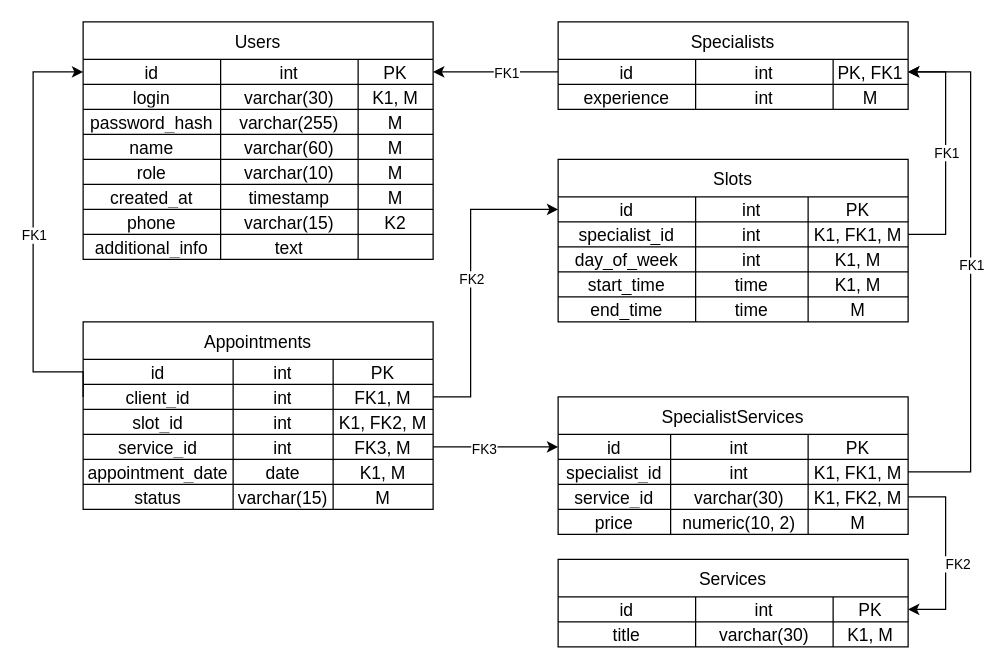
Before: assignments/database/massage_salon.drawio in gr33n-m1ner/system-engineering, a draw.io diagram. Source tidied: cells renumbered, new cells numbered last; positions are measured from the earlier drawing's top-left corner, leaving out a move shared by most shapes. Both pictures are drawn from the tidied source at 125%, with x=0, y=0 at pixel (32, 21).
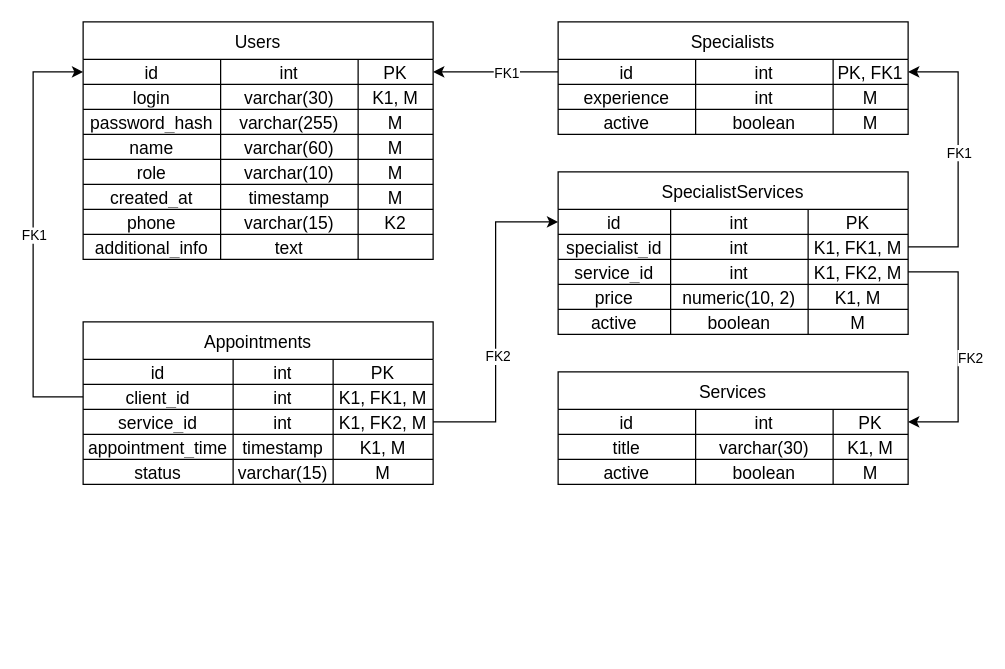
After the change.

Unchanged cells that the change refers to:
```xml
<mxCell id="4" value="&lt;font&gt;id&lt;/font&gt;" style="shape=partialRectangle;html=1;whiteSpace=wrap;overflow=hidden;fillColor=none;top=0;left=0;bottom=0;right=0;fontSize=14;labelBackgroundColor=none;" parent="3" vertex="1">
  <mxGeometry width="110" height="20" as="geometry" />
</mxCell>
<mxCell id="41" value="PK" style="shape=partialRectangle;html=1;whiteSpace=wrap;overflow=hidden;fillColor=none;top=0;left=0;bottom=0;right=0;fontSize=14;labelBackgroundColor=none;" parent="38" vertex="1">
  <mxGeometry x="220" width="60" height="20" as="geometry" />
</mxCell>
<mxCell id="72" style="shape=tableRow;horizontal=0;startSize=0;swimlaneHead=0;swimlaneBody=0;top=0;left=0;bottom=0;right=0;fillColor=none;fontSize=14;labelBackgroundColor=none;" parent="67" vertex="1">
  <mxGeometry y="50" width="280" height="20" as="geometry" />
</mxCell>
<mxCell id="73" value="client_id" style="shape=partialRectangle;html=1;whiteSpace=wrap;overflow=hidden;fillColor=none;top=0;left=0;bottom=0;right=0;fontSize=14;labelBackgroundColor=none;" parent="72" vertex="1">
  <mxGeometry width="120" height="20" as="geometry" />
</mxCell>
<mxCell id="96" value="PK, FK1" style="shape=partialRectangle;html=1;whiteSpace=wrap;overflow=hidden;fillColor=none;top=0;left=0;bottom=0;right=0;fontSize=14;labelBackgroundColor=none;" parent="93" vertex="1">
  <mxGeometry x="220" width="60" height="20" as="geometry" />
</mxCell>
<mxCell id="115" value="K1, FK1, M" style="shape=partialRectangle;html=1;whiteSpace=wrap;overflow=hidden;fillColor=none;top=0;left=0;bottom=0;right=0;fontSize=14;labelBackgroundColor=none;" parent="112" vertex="1">
  <mxGeometry x="200" width="80" height="20" as="geometry" />
</mxCell>
<mxCell id="116" style="shape=tableRow;horizontal=0;startSize=0;swimlaneHead=0;swimlaneBody=0;top=0;left=0;bottom=0;right=0;fillColor=none;fontSize=14;labelBackgroundColor=none;" parent="107" vertex="1">
  <mxGeometry y="70" width="280" height="20" as="geometry" />
</mxCell>
<mxCell id="119" value="K1, FK2, M" style="shape=partialRectangle;html=1;whiteSpace=wrap;overflow=hidden;fillColor=none;top=0;left=0;bottom=0;right=0;fontSize=14;labelBackgroundColor=none;" parent="116" vertex="1">
  <mxGeometry x="200" width="80" height="20" as="geometry" />
</mxCell>
<mxCell id="120" style="shape=tableRow;horizontal=0;startSize=0;swimlaneHead=0;swimlaneBody=0;top=0;left=0;bottom=0;right=0;fillColor=none;fontSize=14;labelBackgroundColor=none;" parent="107" vertex="1">
  <mxGeometry y="90" width="280" height="20" as="geometry" />
</mxCell>
<mxCell id="128" style="edgeStyle=orthogonalEdgeStyle;rounded=0;jettySize=auto;html=1;entryX=0;entryY=0.5;entryDx=0;entryDy=0;" parent="1" edge="1" source="83" target="109">
  <mxGeometry relative="1" as="geometry" />
</mxCell>
```

What changed in the source:
```diff
@@
     <mxCell id="35" style="edgeStyle=orthogonalEdgeStyle;rounded=0;jettySize=auto;html=1;entryX=1;entryY=0.5;entryDx=0;entryDy=0;exitX=1;exitY=0.5;exitDx=0;exitDy=0;endArrow=none;endFill=0;startArrow=classic;startFill=1;" parent="1" edge="1" source="41" target="119">
       <mxGeometry relative="1" as="geometry">
         <Array as="points">
-          <mxPoint x="730" y="470" />
-          <mxPoint x="730" y="380" />
+          <mxPoint x="740" y="320" />
+          <mxPoint x="740" y="200" />
         </Array>
       </mxGeometry>
     </mxCell>
@@
     <mxCell id="37" value="Services" style="shape=table;startSize=30;childLayout=tableLayout;fontSize=14;labelBackgroundColor=none;" parent="1" vertex="1">
-      <mxGeometry x="420" y="430" width="280" height="70" as="geometry" />
+      <mxGeometry x="420" y="280" width="280" height="90" as="geometry" />
     </mxCell>
@@
-    <mxCell id="46" value="Slots" style="shape=table;startSize=30;childLayout=tableLayout;fontSize=14;labelBackgroundColor=none;" parent="1" vertex="1">
-      <mxGeometry x="420" y="110" width="280" height="130" as="geometry" />
-    </mxCell>
-    <mxCell id="47" style="shape=tableRow;horizontal=0;startSize=0;swimlaneHead=0;swimlaneBody=0;top=0;left=0;bottom=0;right=0;fillColor=none;fontSize=14;labelBackgroundColor=none;" parent="46" vertex="1">
-      <mxGeometry y="30" width="280" height="20" as="geometry" />
-    </mxCell>
-    <mxCell id="48" value="&lt;font&gt;id&lt;/font&gt;" style="shape=partialRectangle;html=1;whiteSpace=wrap;overflow=hidden;fillColor=none;top=0;left=0;bottom=0;right=0;fontSize=14;labelBackgroundColor=none;" parent="47" vertex="1">
-      <mxGeometry width="110" height="20" as="geometry" />
-    </mxCell>
-    <mxCell id="49" value="&lt;span&gt;int&lt;/span&gt;" style="shape=partialRectangle;html=1;whiteSpace=wrap;overflow=hidden;fillColor=none;top=0;left=0;bottom=0;right=0;fontSize=14;labelBackgroundColor=none;" parent="47" vertex="1">
-      <mxGeometry x="110" width="90" height="20" as="geometry" />
-    </mxCell>
-    <mxCell id="50" value="PK" style="shape=partialRectangle;html=1;whiteSpace=wrap;overflow=hidden;fillColor=none;top=0;left=0;bottom=0;right=0;fontSize=14;labelBackgroundColor=none;" parent="47" vertex="1">
-      <mxGeometry x="200" width="80" height="20" as="geometry" />
-    </mxCell>
-    <mxCell id="51" style="shape=tableRow;horizontal=0;startSize=0;swimlaneHead=0;swimlaneBody=0;top=0;left=0;bottom=0;right=0;fillColor=none;fontSize=14;labelBackgroundColor=none;" parent="46" vertex="1">
-      <mxGeometry y="50" width="280" height="20" as="geometry" />
-    </mxCell>
-    <mxCell id="52" value="specialist_id" style="shape=partialRectangle;html=1;whiteSpace=wrap;overflow=hidden;fillColor=none;top=0;left=0;bottom=0;right=0;fontSize=14;labelBackgroundColor=none;" parent="51" vertex="1">
-      <mxGeometry width="110" height="20" as="geometry" />
-    </mxCell>
-    <mxCell id="53" value="int" style="shape=partialRectangle;html=1;whiteSpace=wrap;overflow=hidden;fillColor=none;top=0;left=0;bottom=0;right=0;fontSize=14;labelBackgroundColor=none;" parent="51" vertex="1">
-      <mxGeometry x="110" width="90" height="20" as="geometry" />
-    </mxCell>
-    <mxCell id="54" value="K1, FK1, M" style="shape=partialRectangle;html=1;whiteSpace=wrap;overflow=hidden;fillColor=none;top=0;left=0;bottom=0;right=0;fontSize=14;labelBackgroundColor=none;" parent="51" vertex="1">
-      <mxGeometry x="200" width="80" height="20" as="geometry" />
-    </mxCell>
-    <mxCell id="55" style="shape=tableRow;horizontal=0;startSize=0;swimlaneHead=0;swimlaneBody=0;top=0;left=0;bottom=0;right=0;fillColor=none;fontSize=14;labelBackgroundColor=none;" parent="46" vertex="1">
-      <mxGeometry y="70" width="280" height="20" as="geometry" />
-    </mxCell>
-    <mxCell id="56" value="day_of_week" style="shape=partialRectangle;html=1;whiteSpace=wrap;overflow=hidden;fillColor=none;top=0;left=0;bottom=0;right=0;fontSize=14;labelBackgroundColor=none;" parent="55" vertex="1">
-      <mxGeometry width="110" height="20" as="geometry" />
-    </mxCell>
-    <mxCell id="57" value="int" style="shape=partialRectangle;html=1;whiteSpace=wrap;overflow=hidden;fillColor=none;top=0;left=0;bottom=0;right=0;fontSize=14;labelBackgroundColor=none;" parent="55" vertex="1">
-      <mxGeometry x="110" width="90" height="20" as="geometry" />
-    </mxCell>
-    <mxCell id="58" value="K1, M" style="shape=partialRectangle;html=1;whiteSpace=wrap;overflow=hidden;fillColor=none;top=0;left=0;bottom=0;right=0;fontSize=14;labelBackgroundColor=none;" parent="55" vertex="1">
-      <mxGeometry x="200" width="80" height="20" as="geometry" />
-    </mxCell>
-    <mxCell id="59" style="shape=tableRow;horizontal=0;startSize=0;swimlaneHead=0;swimlaneBody=0;top=0;left=0;bottom=0;right=0;fillColor=none;fontSize=14;labelBackgroundColor=none;" parent="46" vertex="1">
-      <mxGeometry y="90" width="280" height="20" as="geometry" />
-    </mxCell>
-    <mxCell id="60" value="start_time" style="shape=partialRectangle;html=1;whiteSpace=wrap;overflow=hidden;fillColor=none;top=0;left=0;bottom=0;right=0;fontSize=14;labelBackgroundColor=none;" parent="59" vertex="1">
-      <mxGeometry width="110" height="20" as="geometry" />
-    </mxCell>
-    <mxCell id="61" value="time" style="shape=partialRectangle;html=1;whiteSpace=wrap;overflow=hidden;fillColor=none;top=0;left=0;bottom=0;right=0;fontSize=14;labelBackgroundColor=none;" parent="59" vertex="1">
-      <mxGeometry x="110" width="90" height="20" as="geometry" />
-    </mxCell>
-    <mxCell id="62" value="K1, M" style="shape=partialRectangle;html=1;whiteSpace=wrap;overflow=hidden;fillColor=none;top=0;left=0;bottom=0;right=0;fontSize=14;labelBackgroundColor=none;" parent="59" vertex="1">
-      <mxGeometry x="200" width="80" height="20" as="geometry" />
-    </mxCell>
-    <mxCell id="63" style="shape=tableRow;horizontal=0;startSize=0;swimlaneHead=0;swimlaneBody=0;top=0;left=0;bottom=0;right=0;fillColor=none;fontSize=14;labelBackgroundColor=none;" parent="46" vertex="1">
-      <mxGeometry y="110" width="280" height="20" as="geometry" />
-    </mxCell>
-    <mxCell id="64" value="end_time" style="shape=partialRectangle;html=1;whiteSpace=wrap;overflow=hidden;fillColor=none;top=0;left=0;bottom=0;right=0;fontSize=14;labelBackgroundColor=none;" parent="63" vertex="1">
-      <mxGeometry width="110" height="20" as="geometry" />
-    </mxCell>
-    <mxCell id="65" value="time" style="shape=partialRectangle;html=1;whiteSpace=wrap;overflow=hidden;fillColor=none;top=0;left=0;bottom=0;right=0;fontSize=14;labelBackgroundColor=none;" parent="63" vertex="1">
-      <mxGeometry x="110" width="90" height="20" as="geometry" />
-    </mxCell>
-    <mxCell id="66" value="M" style="shape=partialRectangle;html=1;whiteSpace=wrap;overflow=hidden;fillColor=none;top=0;left=0;bottom=0;right=0;fontSize=14;labelBackgroundColor=none;" parent="63" vertex="1">
-      <mxGeometry x="200" width="80" height="20" as="geometry" />
-    </mxCell>
+    <mxCell id="130" style="shape=tableRow;horizontal=0;startSize=0;swimlaneHead=0;swimlaneBody=0;top=0;left=0;bottom=0;right=0;fillColor=none;fontSize=14;labelBackgroundColor=none;" parent="37" vertex="1">
+      <mxGeometry y="70" width="280" height="20" as="geometry" />
+    </mxCell>
+    <mxCell id="131" value="active" style="shape=partialRectangle;html=1;whiteSpace=wrap;overflow=hidden;fillColor=none;top=0;left=0;bottom=0;right=0;fontSize=14;labelBackgroundColor=none;" parent="130" vertex="1">
+      <mxGeometry width="110" height="20" as="geometry" />
+    </mxCell>
+    <mxCell id="132" value="boolean" style="shape=partialRectangle;html=1;whiteSpace=wrap;overflow=hidden;fillColor=none;top=0;left=0;bottom=0;right=0;fontSize=14;labelBackgroundColor=none;" parent="130" vertex="1">
+      <mxGeometry x="110" width="110" height="20" as="geometry" />
+    </mxCell>
+    <mxCell id="133" value="M" style="shape=partialRectangle;html=1;whiteSpace=wrap;overflow=hidden;fillColor=none;top=0;left=0;bottom=0;right=0;fontSize=14;labelBackgroundColor=none;" parent="130" vertex="1">
+      <mxGeometry x="220" width="60" height="20" as="geometry" />
+    </mxCell>
     <mxCell id="67" value="Appointments" style="shape=table;startSize=30;childLayout=tableLayout;fontSize=14;labelBackgroundColor=none;" parent="1" vertex="1">
-      <mxGeometry x="40" y="240" width="280" height="150" as="geometry" />
+      <mxGeometry x="40" y="240" width="280" height="130" as="geometry" />
     </mxCell>
@@
-    <mxCell id="75" value="FK1, M" style="shape=partialRectangle;html=1;whiteSpace=wrap;overflow=hidden;fillColor=none;top=0;left=0;bottom=0;right=0;fontSize=14;labelBackgroundColor=none;" parent="72" vertex="1">
+    <mxCell id="75" value="K1, FK1, M" style="shape=partialRectangle;html=1;whiteSpace=wrap;overflow=hidden;fillColor=none;top=0;left=0;bottom=0;right=0;fontSize=14;labelBackgroundColor=none;" parent="72" vertex="1">
       <mxGeometry x="200" width="80" height="20" as="geometry" />
     </mxCell>
-    <mxCell id="76" style="shape=tableRow;horizontal=0;startSize=0;swimlaneHead=0;swimlaneBody=0;top=0;left=0;bottom=0;right=0;fillColor=none;fontSize=14;labelBackgroundColor=none;" parent="67" vertex="1">
-      <mxGeometry y="70" width="280" height="20" as="geometry" />
-    </mxCell>
-    <mxCell id="77" value="&lt;font&gt;slot_id&lt;/font&gt;" style="shape=partialRectangle;html=1;whiteSpace=wrap;overflow=hidden;fillColor=none;top=0;left=0;bottom=0;right=0;fontSize=14;labelBackgroundColor=none;" parent="76" vertex="1">
-      <mxGeometry width="120" height="20" as="geometry" />
-    </mxCell>
-    <mxCell id="78" value="&lt;span&gt;int&lt;/span&gt;" style="shape=partialRectangle;html=1;whiteSpace=wrap;overflow=hidden;fillColor=none;top=0;left=0;bottom=0;right=0;fontSize=14;labelBackgroundColor=none;" parent="76" vertex="1">
-      <mxGeometry x="120" width="80" height="20" as="geometry" />
-    </mxCell>
-    <mxCell id="79" value="K1, FK2, M" style="shape=partialRectangle;html=1;whiteSpace=wrap;overflow=hidden;fillColor=none;top=0;left=0;bottom=0;right=0;fontSize=14;labelBackgroundColor=none;" parent="76" vertex="1">
-      <mxGeometry x="200" width="80" height="20" as="geometry" />
-    </mxCell>
     <mxCell id="80" style="shape=tableRow;horizontal=0;startSize=0;swimlaneHead=0;swimlaneBody=0;top=0;left=0;bottom=0;right=0;fillColor=none;fontSize=14;labelBackgroundColor=none;" parent="67" vertex="1">
-      <mxGeometry y="90" width="280" height="20" as="geometry" />
+      <mxGeometry y="70" width="280" height="20" as="geometry" />
     </mxCell>
@@
-    <mxCell id="83" value="FK3, M" style="shape=partialRectangle;html=1;whiteSpace=wrap;overflow=hidden;fillColor=none;top=0;left=0;bottom=0;right=0;fontSize=14;labelBackgroundColor=none;" parent="80" vertex="1">
+    <mxCell id="83" value="K1, FK2, M" style="shape=partialRectangle;html=1;whiteSpace=wrap;overflow=hidden;fillColor=none;top=0;left=0;bottom=0;right=0;fontSize=14;labelBackgroundColor=none;" parent="80" vertex="1">
       <mxGeometry x="200" width="80" height="20" as="geometry" />
     </mxCell>
     <mxCell id="84" style="shape=tableRow;horizontal=0;startSize=0;swimlaneHead=0;swimlaneBody=0;top=0;left=0;bottom=0;right=0;fillColor=none;fontSize=14;labelBackgroundColor=none;" parent="67" vertex="1">
-      <mxGeometry y="110" width="280" height="20" as="geometry" />
+      <mxGeometry y="90" width="280" height="20" as="geometry" />
     </mxCell>
-    <mxCell id="85" value="appointment_date" style="shape=partialRectangle;html=1;whiteSpace=wrap;overflow=hidden;fillColor=none;top=0;left=0;bottom=0;right=0;fontSize=14;labelBackgroundColor=none;" parent="84" vertex="1">
+    <mxCell id="85" value="appointment_time" style="shape=partialRectangle;html=1;whiteSpace=wrap;overflow=hidden;fillColor=none;top=0;left=0;bottom=0;right=0;fontSize=14;labelBackgroundColor=none;" parent="84" vertex="1">
       <mxGeometry width="120" height="20" as="geometry" />
     </mxCell>
-    <mxCell id="86" value="date" style="shape=partialRectangle;html=1;whiteSpace=wrap;overflow=hidden;fillColor=none;top=0;left=0;bottom=0;right=0;fontSize=14;labelBackgroundColor=none;" parent="84" vertex="1">
+    <mxCell id="86" value="timestamp" style="shape=partialRectangle;html=1;whiteSpace=wrap;overflow=hidden;fillColor=none;top=0;left=0;bottom=0;right=0;fontSize=14;labelBackgroundColor=none;" parent="84" vertex="1">
       <mxGeometry x="120" width="80" height="20" as="geometry" />
     </mxCell>
@@
     <mxCell id="88" style="shape=tableRow;horizontal=0;startSize=0;swimlaneHead=0;swimlaneBody=0;top=0;left=0;bottom=0;right=0;fillColor=none;fontSize=14;labelBackgroundColor=none;" parent="67" vertex="1">
-      <mxGeometry y="130" width="280" height="20" as="geometry" />
+      <mxGeometry y="110" width="280" height="20" as="geometry" />
     </mxCell>
@@
     <mxCell id="92" value="Specialists" style="shape=table;startSize=30;childLayout=tableLayout;fontSize=14;labelBackgroundColor=none;" parent="1" vertex="1">
-      <mxGeometry x="420" width="280" height="70" as="geometry" />
+      <mxGeometry x="420" width="280" height="90" as="geometry" />
     </mxCell>
@@
+    <mxCell id="134" style="shape=tableRow;horizontal=0;startSize=0;swimlaneHead=0;swimlaneBody=0;top=0;left=0;bottom=0;right=0;fillColor=none;fontSize=14;labelBackgroundColor=none;" parent="92" vertex="1">
+      <mxGeometry y="70" width="280" height="20" as="geometry" />
+    </mxCell>
+    <mxCell id="135" value="active" style="shape=partialRectangle;html=1;whiteSpace=wrap;overflow=hidden;fillColor=none;top=0;left=0;bottom=0;right=0;fontSize=14;labelBackgroundColor=none;" parent="134" vertex="1">
+      <mxGeometry width="110" height="20" as="geometry" />
+    </mxCell>
+    <mxCell id="136" value="boolean" style="shape=partialRectangle;html=1;whiteSpace=wrap;overflow=hidden;fillColor=none;top=0;left=0;bottom=0;right=0;fontSize=14;labelBackgroundColor=none;" parent="134" vertex="1">
+      <mxGeometry x="110" width="110" height="20" as="geometry" />
+    </mxCell>
+    <mxCell id="137" value="M" style="shape=partialRectangle;html=1;whiteSpace=wrap;overflow=hidden;fillColor=none;top=0;left=0;bottom=0;right=0;fontSize=14;labelBackgroundColor=none;" parent="134" vertex="1">
+      <mxGeometry x="220" width="60" height="20" as="geometry" />
+    </mxCell>
@@
-    <mxCell id="103" style="edgeStyle=orthogonalEdgeStyle;rounded=0;jettySize=auto;html=1;entryX=0;entryY=0.5;entryDx=0;entryDy=0;" parent="1" edge="1" target="48">
-      <mxGeometry relative="1" as="geometry">
-        <mxPoint x="320" y="300" as="sourcePoint" />
-        <Array as="points">
-          <mxPoint x="350" y="300" />
-          <mxPoint x="350" y="150" />
-        </Array>
-      </mxGeometry>
-    </mxCell>
-    <mxCell id="104" value="FK2" style="edgeLabel;html=1;align=center;verticalAlign=middle;" parent="103" vertex="1">
-      <mxGeometry relative="1" as="geometry" />
-    </mxCell>
     <mxCell id="105" style="edgeStyle=orthogonalEdgeStyle;rounded=0;jettySize=auto;html=1;entryX=0;entryY=0.5;entryDx=0;entryDy=0;exitX=0;exitY=0.5;exitDx=0;exitDy=0;" parent="1" edge="1" source="73" target="4">
       <mxGeometry relative="1" as="geometry">
         <Array as="points">
-          <mxPoint y="280" />
+          <mxPoint y="300" />
           <mxPoint y="40" />
         </Array>
       </mxGeometry>
     </mxCell>
@@
     <mxCell id="107" value="SpecialistServices" style="shape=table;startSize=30;childLayout=tableLayout;fontSize=14;labelBackgroundColor=none;" parent="1" vertex="1">
-      <mxGeometry x="420" y="300" width="280" height="110" as="geometry" />
+      <mxGeometry x="420" y="120" width="280" height="130" as="geometry" />
     </mxCell>
@@
-    <mxCell id="118" value="varchar(30)" style="shape=partialRectangle;html=1;whiteSpace=wrap;overflow=hidden;fillColor=none;top=0;left=0;bottom=0;right=0;fontSize=14;labelBackgroundColor=none;" parent="116" vertex="1">
+    <mxCell id="118" value="int" style="shape=partialRectangle;html=1;whiteSpace=wrap;overflow=hidden;fillColor=none;top=0;left=0;bottom=0;right=0;fontSize=14;labelBackgroundColor=none;" parent="116" vertex="1">
       <mxGeometry x="90" width="110" height="20" as="geometry" />
     </mxCell>
@@
-    <mxCell id="123" value="M" style="shape=partialRectangle;html=1;whiteSpace=wrap;overflow=hidden;fillColor=none;top=0;left=0;bottom=0;right=0;fontSize=14;labelBackgroundColor=none;" parent="120" vertex="1">
+    <mxCell id="123" value="K1, M" style="shape=partialRectangle;html=1;whiteSpace=wrap;overflow=hidden;fillColor=none;top=0;left=0;bottom=0;right=0;fontSize=14;labelBackgroundColor=none;" parent="120" vertex="1">
       <mxGeometry x="200" width="80" height="20" as="geometry" />
     </mxCell>
+    <mxCell id="63" style="shape=tableRow;horizontal=0;startSize=0;swimlaneHead=0;swimlaneBody=0;top=0;left=0;bottom=0;right=0;fillColor=none;fontSize=14;labelBackgroundColor=none;" parent="107" vertex="1">
+      <mxGeometry y="110" width="280" height="20" as="geometry" />
+    </mxCell>
+    <mxCell id="138" value="active" style="shape=partialRectangle;html=1;whiteSpace=wrap;overflow=hidden;fillColor=none;top=0;left=0;bottom=0;right=0;fontSize=14;labelBackgroundColor=none;" parent="63" vertex="1">
+      <mxGeometry width="90" height="20" as="geometry" />
+    </mxCell>
+    <mxCell id="139" value="boolean" style="shape=partialRectangle;html=1;whiteSpace=wrap;overflow=hidden;fillColor=none;top=0;left=0;bottom=0;right=0;fontSize=14;labelBackgroundColor=none;" parent="63" vertex="1">
+      <mxGeometry x="90" width="110" height="20" as="geometry" />
+    </mxCell>
+    <mxCell id="66" value="M" style="shape=partialRectangle;html=1;whiteSpace=wrap;overflow=hidden;fillColor=none;top=0;left=0;bottom=0;right=0;fontSize=14;labelBackgroundColor=none;" parent="63" vertex="1">
+      <mxGeometry x="200" width="80" height="20" as="geometry" />
+    </mxCell>
     <mxCell id="124" style="edgeStyle=orthogonalEdgeStyle;rounded=0;jettySize=auto;html=1;entryX=1;entryY=0.5;entryDx=0;entryDy=0;exitX=1;exitY=0.5;exitDx=0;exitDy=0;" parent="1" edge="1" source="115" target="96">
       <mxGeometry relative="1" as="geometry">
         <Array as="points">
-          <mxPoint x="750" y="360" />
-          <mxPoint x="750" y="40" />
+          <mxPoint x="740" y="180" />
+          <mxPoint x="740" y="40" />
         </Array>
       </mxGeometry>
     </mxCell>
@@
-    <mxCell id="126" style="edgeStyle=orthogonalEdgeStyle;rounded=0;jettySize=auto;html=1;entryX=1;entryY=0.5;entryDx=0;entryDy=0;" parent="1" edge="1" source="54" target="96">
-      <mxGeometry relative="1" as="geometry">
-        <Array as="points">
-          <mxPoint x="730" y="170" />
-          <mxPoint x="730" y="40" />
-        </Array>
-      </mxGeometry>
-    </mxCell>
-    <mxCell id="127" value="FK1" style="edgeLabel;html=1;align=center;verticalAlign=middle;" parent="126" vertex="1">
-      <mxGeometry x="0.01" relative="1" as="geometry" />
-    </mxCell>
@@
-    <mxCell id="129" value="FK3" style="edgeLabel;html=1;align=center;verticalAlign=middle;" parent="128" vertex="1">
+    <mxCell id="129" value="FK2" style="edgeLabel;html=1;align=center;verticalAlign=middle;" parent="128" vertex="1">
       <mxGeometry x="-0.21" y="-1" relative="1" as="geometry" />
     </mxCell>
```
